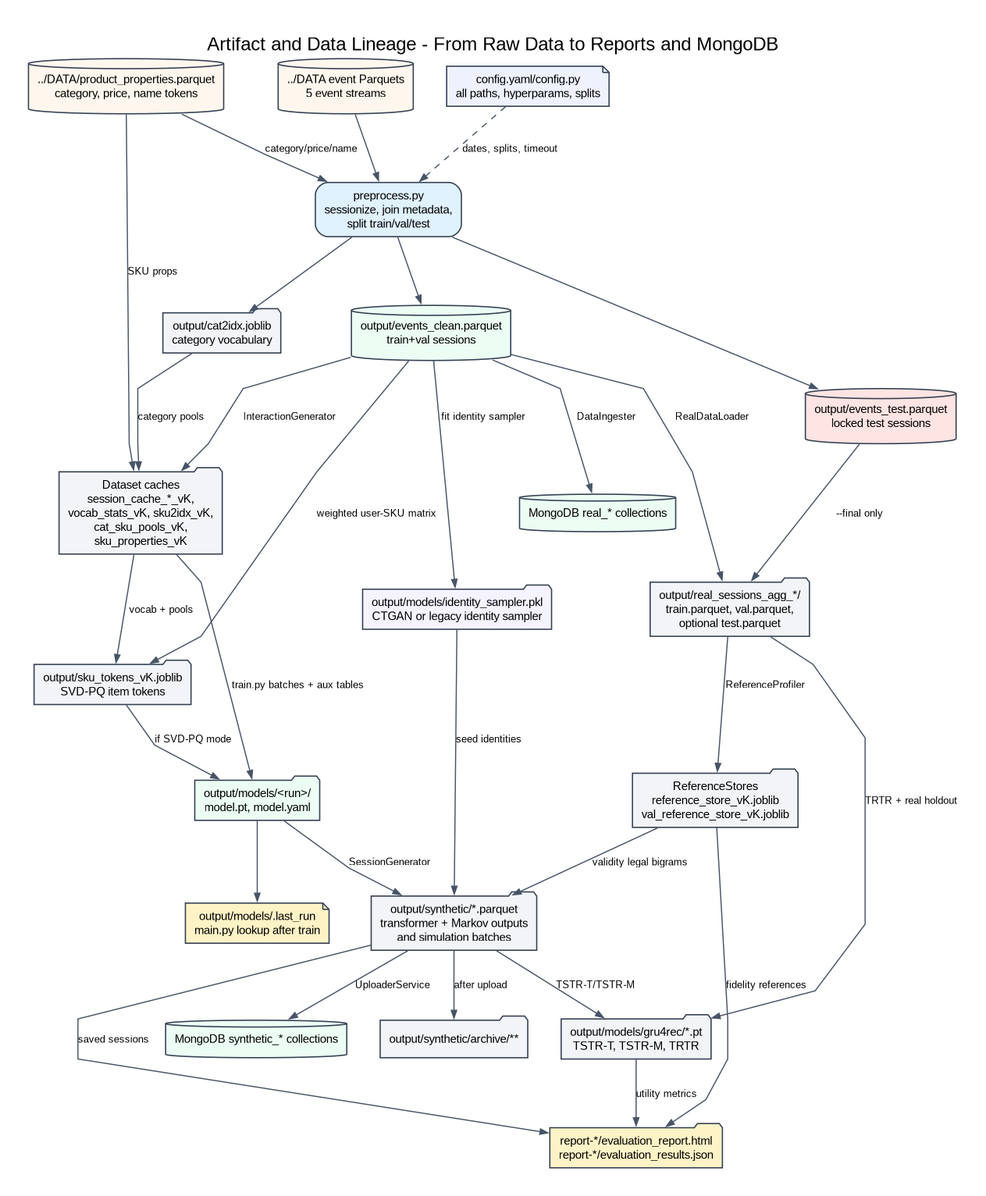
The Graphviz diagram code/diagrams/graphviz/10_artifacts_data_lineage.png in mofumail/synth-data-gen, before a commit. Its source is kept beside it as code/diagrams/graphviz/10_artifacts_data_lineage.dot.
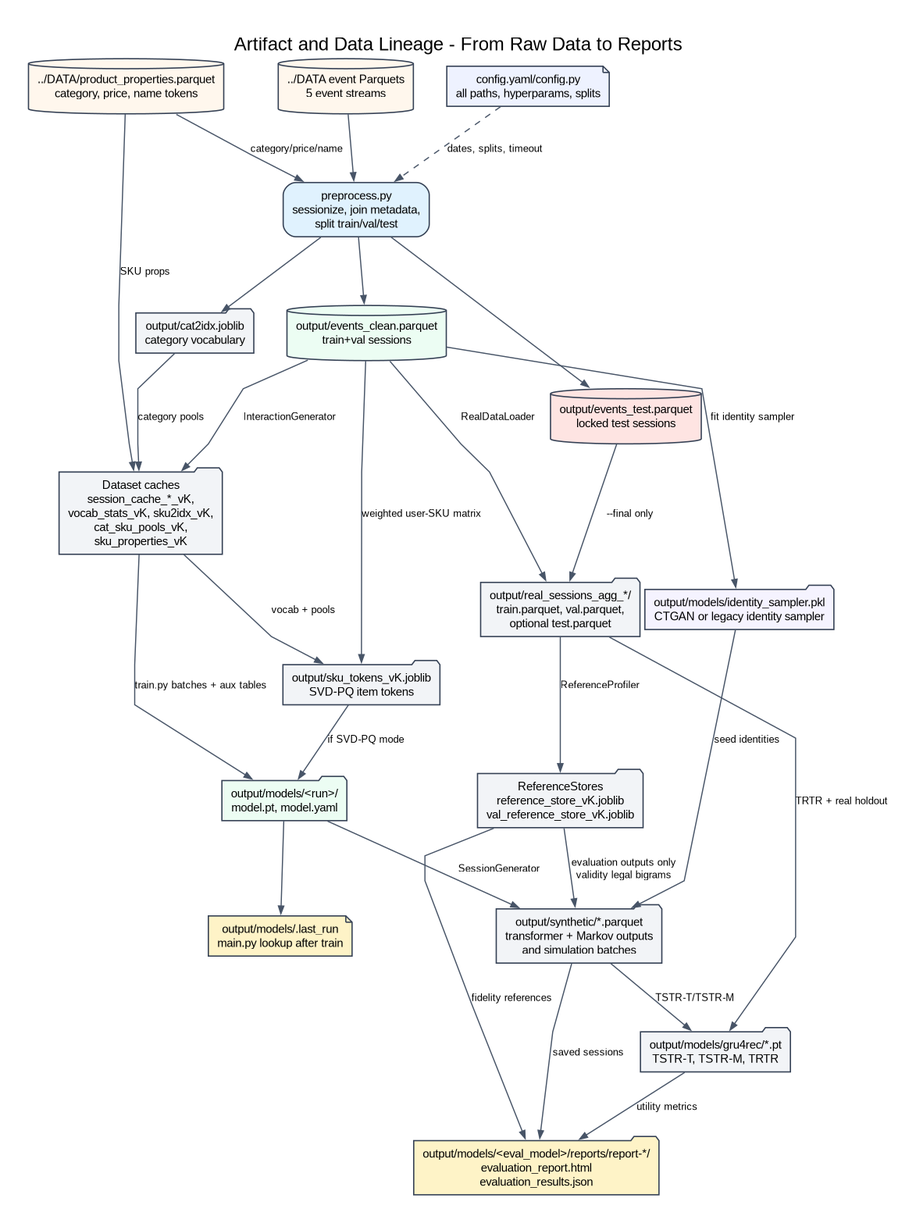
Above is the later version.

What changed in the source:
```diff
@@ -30,7 +30,7 @@
 ];
 
 rankdir=TB;
-label="Artifact and Data Lineage - From Raw Data to Reports and MongoDB";
+label="Artifact and Data Lineage - From Raw Data to Reports";
 
 
 raw_events [label="../DATA event Parquets\n5 event streams", shape=cylinder, fillcolor="#FFF7ED"];
@@ -53,10 +53,7 @@
 refs [label="ReferenceStores\nreference_store_vK.joblib\nval_reference_store_vK.joblib", shape=folder, fillcolor="#F2F4F7"];
 synthetic [label="output/synthetic/*.parquet\ntransformer + Markov outputs\nand simulation batches", shape=folder, fillcolor="#F2F4F7"];
 gru [label="output/models/gru4rec/*.pt\nTSTR-T, TSTR-M, TRTR", shape=folder, fillcolor="#F2F4F7"];
-reports [label="report-*/evaluation_report.html\nreport-*/evaluation_results.json", shape=folder, fillcolor="#FEF3C7"];
-mongo_real [label="MongoDB real_* collections", shape=cylinder, fillcolor="#ECFDF3"];
-mongo_synth [label="MongoDB synthetic_* collections", shape=cylinder, fillcolor="#ECFDF3"];
-archive [label="output/synthetic/archive/**", shape=folder, fillcolor="#F2F4F7"];
+reports [label="output/models/<eval_model>/reports/report-*/\nevaluation_report.html\nevaluation_results.json", shape=folder, fillcolor="#FEF3C7"];
 
 raw_events -> preprocess;
 product_props -> preprocess [label="category/price/name"];
@@ -81,7 +78,7 @@
 real_cache -> refs [label="ReferenceProfiler"];
 model_run -> synthetic [label="SessionGenerator"];
 identity -> synthetic [label="seed identities"];
-refs -> synthetic [label="validity legal bigrams"];
+refs -> synthetic [label="evaluation outputs only\nvalidity legal bigrams"];
 
 synthetic -> gru [label="TSTR-T/TSTR-M"];
 real_cache -> gru [label="TRTR + real holdout"];
@@ -89,8 +86,4 @@
 synthetic -> reports [label="saved sessions"];
 gru -> reports [label="utility metrics"];
 
-clean -> mongo_real [label="DataIngester"];
-synthetic -> mongo_synth [label="UploaderService"];
-synthetic -> archive [label="after upload"];
-
 }
```
